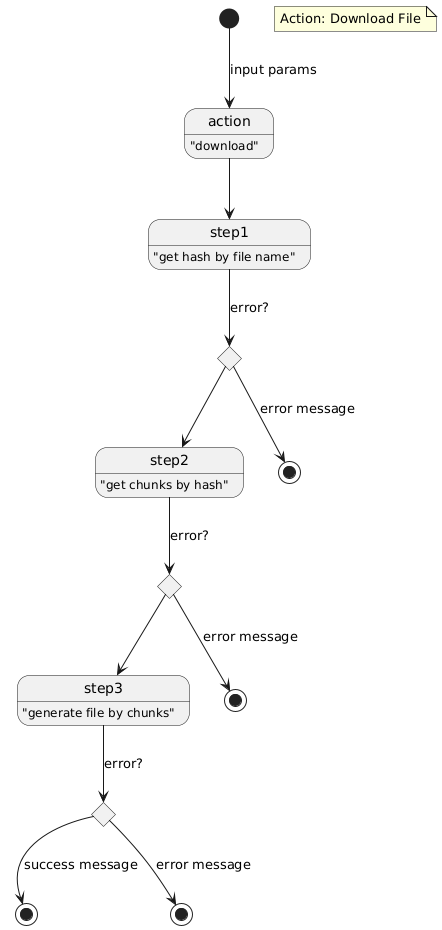
The PlantUML diagram out_application/doc/state-action-download.png in psaraiva/lab-go-chunk, before a commit.
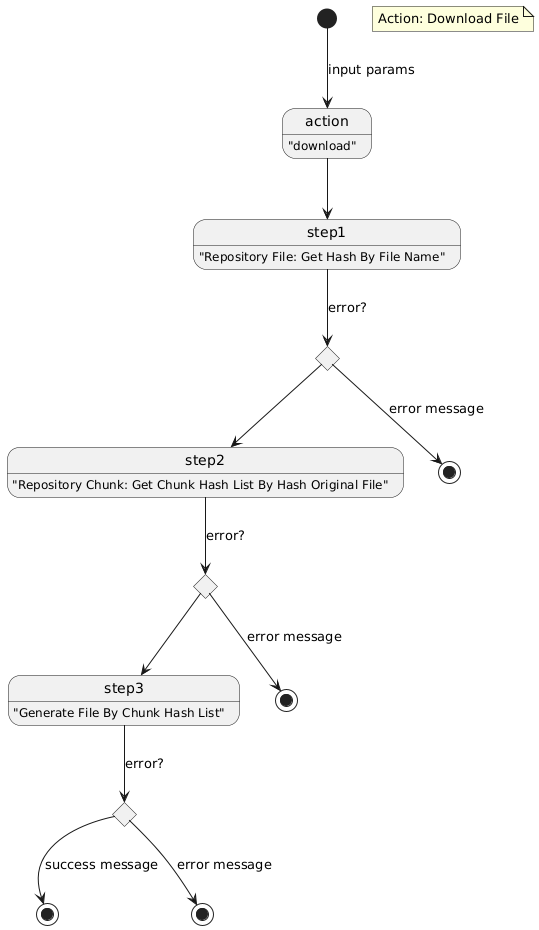
Above is the later version.

What changed in the source:
```diff
@@ -1,9 +1,9 @@
 @startuml
 state action : "download"
-state "step1" as s1: "get hash by file name"
+state "step1" as s1: "Repository File: Get Hash By File Name"
 note "Action: Download File" as n1
-state "step2" as s2: "get chunks by hash"
-state "step3" as s3: "generate file by chunks"
+state "step2" as s2: "Repository Chunk: Get Chunk Hash List By Hash Original File"
+state "step3" as s3: "Generate File By Chunk Hash List"
 state "end" as e0 <<end>>
 state "end" as e1 <<end>>
 state "end" as e2 <<end>>
```
